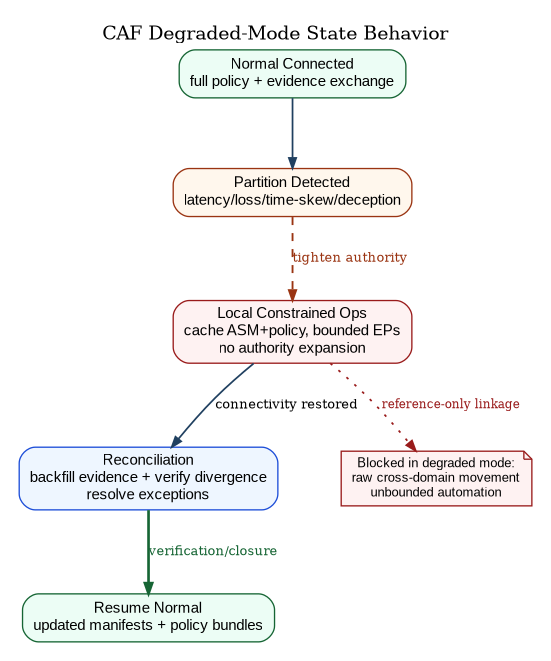
Above: papers/caf-ra/diagrams/caf_degraded_mode_state.png in anboas/Whitepaper (Graphviz), before the change. Its source is kept beside it as papers/caf-ra/diagrams-src/caf_degraded_mode_state.dot.
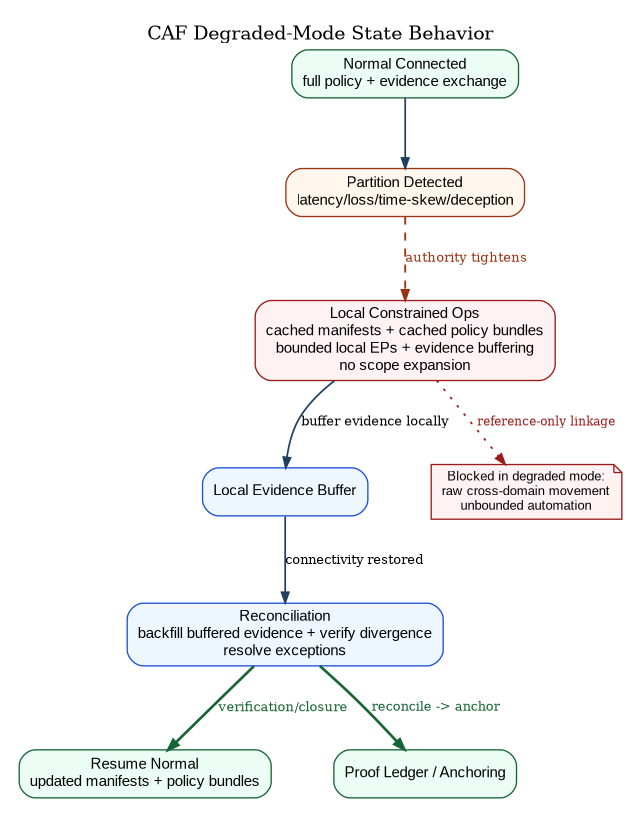
After the commit.

Diff of the diagram source:
```diff
@@ -14,14 +14,18 @@
 
   Normal      [label="Normal Connected\nfull policy + evidence exchange", fillcolor="#ECFDF5", color="#166534"];
   Partitioned [label="Partition Detected\nlatency/loss/time-skew/deception", fillcolor="#FFF7ED", color="#9A3412"];
-  Local       [label="Local Constrained Ops\ncache ASM+policy, bounded EPs\nno authority expansion", fillcolor="#FEF2F2", color="#991B1B"];
-  Reconcile   [label="Reconciliation\nbackfill evidence + verify divergence\nresolve exceptions", fillcolor="#EEF6FF", color="#1D4ED8"];
+  Local       [label="Local Constrained Ops\ncached manifests + cached policy bundles\nbounded local EPs + evidence buffering\nno scope expansion", fillcolor="#FEF2F2", color="#991B1B"];
+  Buffer      [label="Local Evidence Buffer", fillcolor="#EEF6FF", color="#1D4ED8"];
+  Reconcile   [label="Reconciliation\nbackfill buffered evidence + verify divergence\nresolve exceptions", fillcolor="#EEF6FF", color="#1D4ED8"];
   Resume      [label="Resume Normal\nupdated manifests + policy bundles", fillcolor="#ECFDF5", color="#166534"];
+  Ledger      [label="Proof Ledger / Anchoring", fillcolor="#ECFDF5", color="#166534"];
 
   Normal -> Partitioned;
-  Partitioned -> Local [label="tighten authority", fontsize=10, fontcolor="#9A3412", color="#9A3412", style=dashed, penwidth=1.4];
-  Local -> Reconcile [label="connectivity restored", fontsize=10];
+  Partitioned -> Local [label="authority tightens", fontsize=10, fontcolor="#9A3412", color="#9A3412", style=dashed, penwidth=1.4];
+  Local -> Buffer [label="buffer evidence locally", fontsize=9.6];
+  Buffer -> Reconcile [label="connectivity restored", fontsize=9.6];
   Reconcile -> Resume [style=bold, color="#166534", penwidth=2.0, label="verification/closure", fontsize=10, fontcolor="#166534"];
+  Reconcile -> Ledger [style=bold, color="#166534", penwidth=2.0, label="reconcile -> anchor", fontsize=9.6, fontcolor="#166534"];
 
   Block [label="Blocked in degraded mode:\nraw cross-domain movement\nunbounded automation", shape=note, fillcolor="#FEF2F2", color="#991B1B", fontsize=10];
   Local -> Block [style=dotted, color="#991B1B", label="reference-only linkage", fontsize=9, fontcolor="#991B1B"];
```
